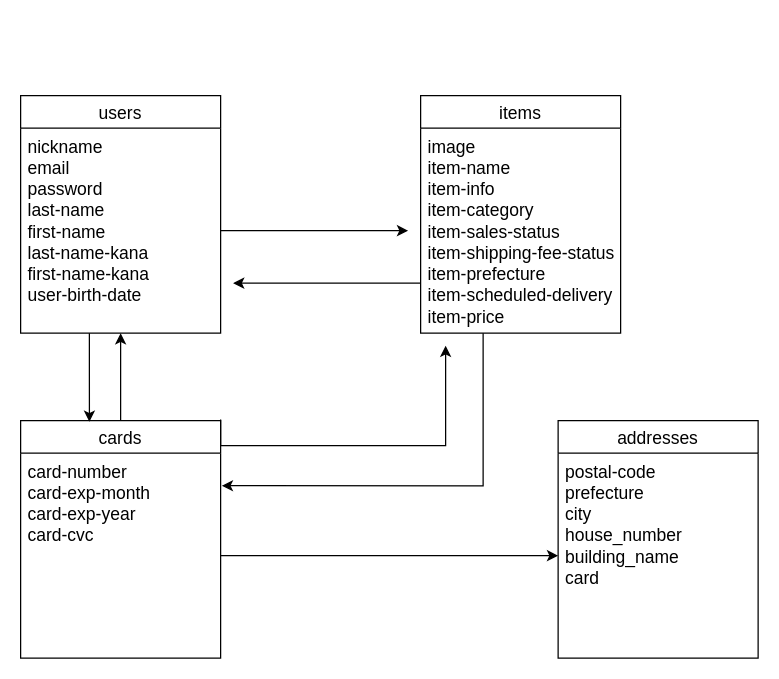
This is furima.dio from brigit3321/furima-34407, a draw.io file, before an edit. Source tidied: cells renumbered, new cells numbered last; positions are measured from the earlier drawing's top-left corner, leaving out a move shared by most shapes. Both pictures are drawn from the tidied source at 125%, with x=0, y=0 at pixel (20, 95).
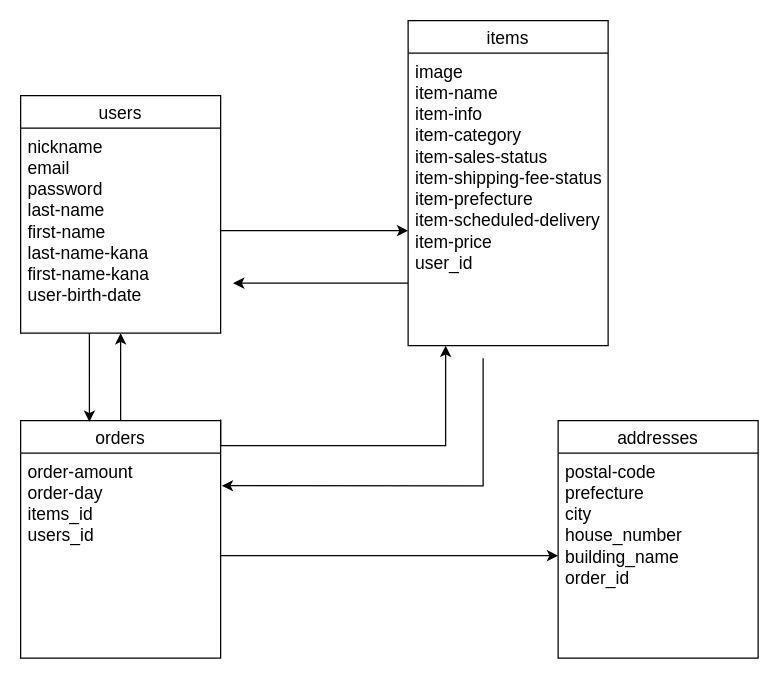
The same diagram, later.

Unchanged cells that the change refers to:
```xml
<mxCell id="8" value="addresses" style="swimlane;fontStyle=0;horizontal=1;startSize=26;align=center;fontSize=14;" parent="1" vertex="1">
  <mxGeometry x="430" y="260" width="160" height="190" as="geometry" />
</mxCell>
```

The edit, as a diff of the source:
```diff
@@
     <mxCell id="4" value="items" style="swimlane;fontStyle=0;horizontal=1;startSize=26;align=center;fontSize=14;" parent="1" vertex="1">
-      <mxGeometry x="320" width="160" height="190" as="geometry" />
+      <mxGeometry x="310" y="-60" width="160" height="260" as="geometry" />
     </mxCell>
-    <mxCell id="5" value="image&#10;item-name&#10;item-info&#10;item-category&#10;item-sales-status&#10;item-shipping-fee-status&#10;item-prefecture&#10;item-scheduled-delivery&#10;item-price" style="text;strokeColor=none;fillColor=none;spacingLeft=4;spacingRight=4;overflow=hidden;points=[[0,0.5],[1,0.5]];portConstraint=eastwest;fontSize=14;" parent="4" vertex="1">
-      <mxGeometry y="26" width="160" height="164" as="geometry" />
+    <mxCell id="5" value="image&#10;item-name&#10;item-info&#10;item-category&#10;item-sales-status&#10;item-shipping-fee-status&#10;item-prefecture&#10;item-scheduled-delivery&#10;item-price&#10;user_id&#10;" style="text;strokeColor=none;fillColor=none;spacingLeft=4;spacingRight=4;overflow=hidden;points=[[0,0.5],[1,0.5]];portConstraint=eastwest;fontSize=14;" parent="4" vertex="1">
+      <mxGeometry y="26" width="160" height="234" as="geometry" />
     </mxCell>
@@
-    <mxCell id="7" value="cards" style="swimlane;fontStyle=0;horizontal=1;startSize=26;align=center;fontSize=14;" parent="1" vertex="1">
+    <mxCell id="7" value="orders" style="swimlane;fontStyle=0;horizontal=1;startSize=26;align=center;fontSize=14;" parent="1" vertex="1">
       <mxGeometry y="260" width="160" height="190" as="geometry" />
     </mxCell>
@@
-    <mxCell id="9" value="postal-code&#10;prefecture&#10;city&#10;house_number&#10;building_name&#10;card" style="text;strokeColor=none;fillColor=none;spacingLeft=4;spacingRight=4;overflow=hidden;points=[[0,0.5],[1,0.5]];portConstraint=eastwest;fontSize=14;" parent="8" vertex="1">
+    <mxCell id="9" value="postal-code&#10;prefecture&#10;city&#10;house_number&#10;building_name&#10;order_id" style="text;strokeColor=none;fillColor=none;spacingLeft=4;spacingRight=4;overflow=hidden;points=[[0,0.5],[1,0.5]];portConstraint=eastwest;fontSize=14;" parent="8" vertex="1">
       <mxGeometry y="26" width="160" height="164" as="geometry" />
     </mxCell>
@@
-    <mxCell id="12" value="card-number&#10;card-exp-month&#10;card-exp-year&#10;card-cvc" style="text;strokeColor=none;fillColor=none;spacingLeft=4;spacingRight=4;overflow=hidden;points=[[0,0.5],[1,0.5]];portConstraint=eastwest;fontSize=14;" parent="1" vertex="1">
+    <mxCell id="12" value="order-amount&#10;order-day&#10;items_id&#10;users_id" style="text;strokeColor=none;fillColor=none;spacingLeft=4;spacingRight=4;overflow=hidden;points=[[0,0.5],[1,0.5]];portConstraint=eastwest;fontSize=14;" parent="1" vertex="1">
       <mxGeometry y="286" width="160" height="164" as="geometry" />
     </mxCell>
@@
-    <mxCell id="16" style="edgeStyle=orthogonalEdgeStyle;rounded=0;jettySize=auto;html=1;entryX=1.006;entryY=0.159;entryDx=0;entryDy=0;entryPerimeter=0;fontSize=14;" parent="1" edge="1" source="5" target="12">
+    <mxCell id="16" style="edgeStyle=orthogonalEdgeStyle;rounded=0;jettySize=auto;html=1;entryX=1.006;entryY=0.159;entryDx=0;entryDy=0;entryPerimeter=0;fontSize=14;" parent="1" edge="1" target="12">
       <mxGeometry relative="1" as="geometry">
+        <mxPoint x="370" y="210" as="sourcePoint" />
         <Array as="points">
           <mxPoint x="370" y="312" />
         </Array>
       </mxGeometry>
     </mxCell>
```
